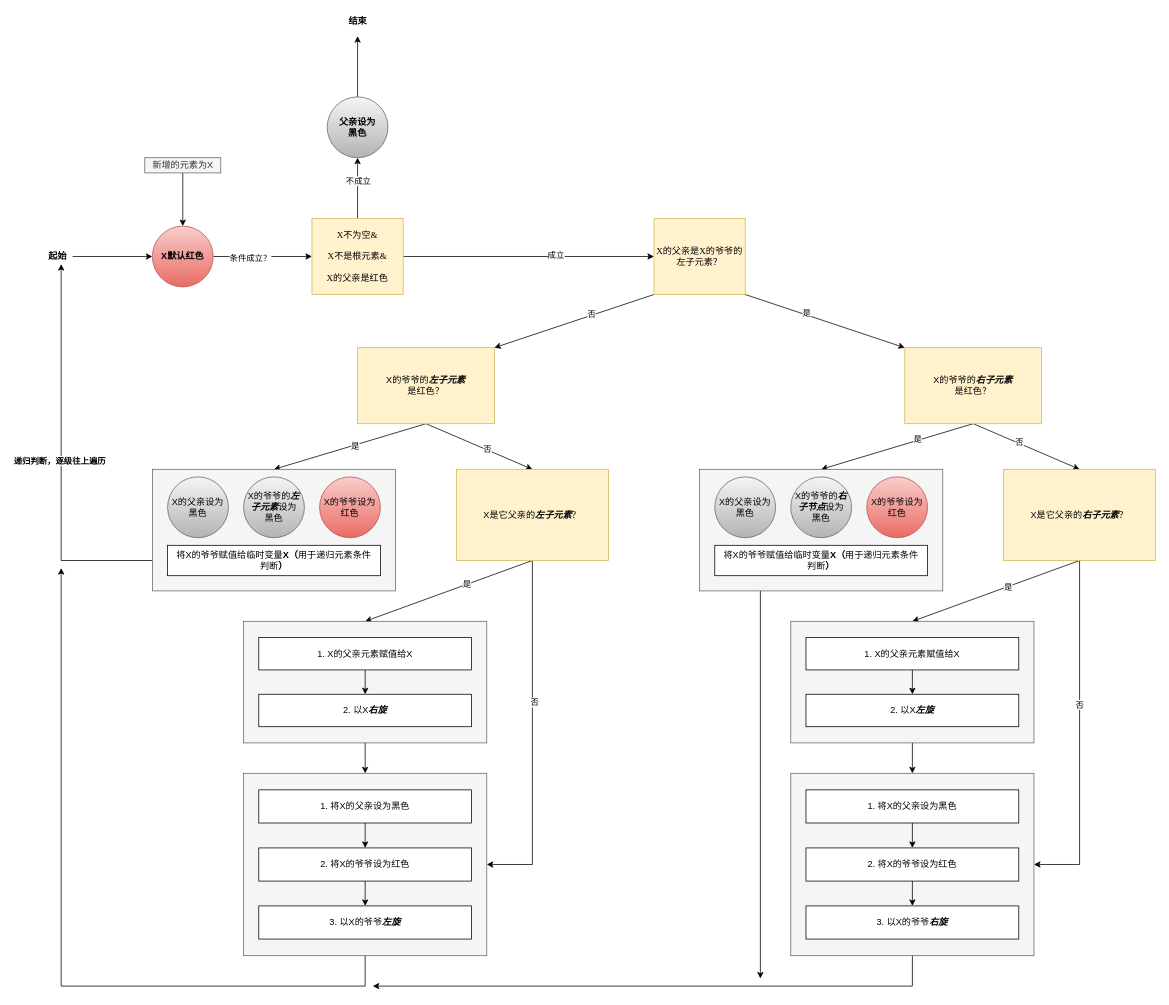
The draw.io diagram typora/JavaSE/6 集合/drawio/TreeMap/维护红黑树平衡.drawio in LDChing0321/JavaLearn, before the edit. Source tidied: cells renumbered, new cells numbered last; positions are measured from the earlier drawing's top-left corner, leaving out a move shared by most shapes. Both pictures are drawn from the tidied source at 76%, with x=0, y=0 at pixel (42, 13).
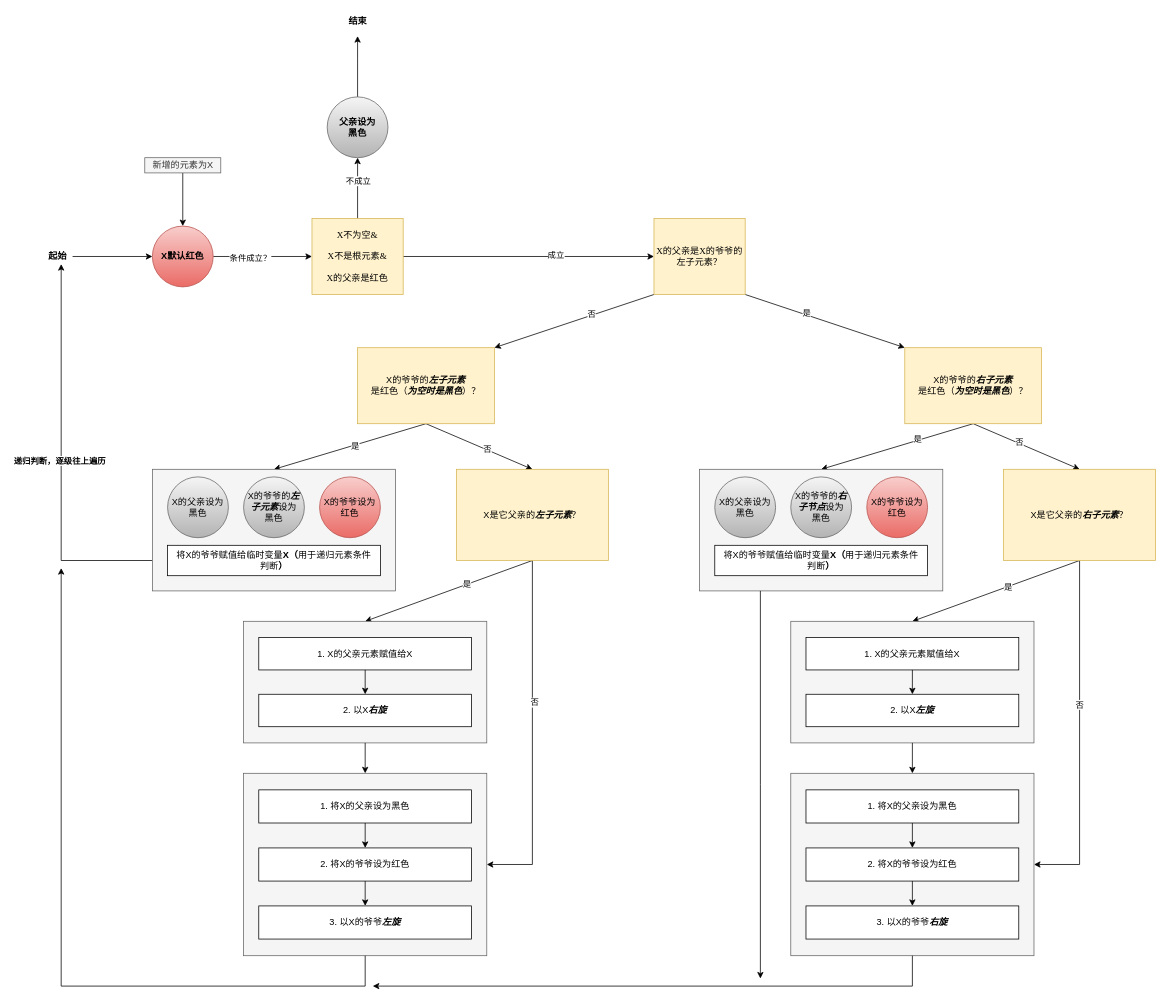
The same diagram, later.

Commit message:
更新维护红黑树平衡.drawio

The edit, as a diff of the source:
```diff
@@
-<mxGraphModel background="#ffffff">
+<mxGraphModel background="#FFFFFF">
@@
-    <mxCell id="25" value="X的爷爷的&lt;b&gt;&lt;font size=&quot;1&quot;&gt;&lt;i style=&quot;font-size: 12px&quot;&gt;右子元素&lt;/i&gt;&lt;/font&gt;&lt;/b&gt;&lt;br&gt;是红色？" style="rounded=0;whiteSpace=wrap;html=1;fillColor=#fff2cc;strokeColor=#d6b656;" parent="1" vertex="1">
+    <mxCell id="25" value="X的爷爷的&lt;b&gt;&lt;font size=&quot;1&quot;&gt;&lt;i style=&quot;font-size: 12px&quot;&gt;右子元素&lt;/i&gt;&lt;/font&gt;&lt;/b&gt;&lt;br&gt;是红色（&lt;b&gt;&lt;i&gt;为空时是黑色&lt;/i&gt;&lt;/b&gt;）？" style="rounded=0;whiteSpace=wrap;html=1;fillColor=#fff2cc;strokeColor=#d6b656;" parent="1" vertex="1">
       <mxGeometry x="1135" y="440" width="180" height="100" as="geometry" />
     </mxCell>
@@
-    <mxCell id="30" value="X的爷爷的&lt;b&gt;&lt;font size=&quot;1&quot;&gt;&lt;i style=&quot;font-size: 12px&quot;&gt;左子元素&lt;/i&gt;&lt;/font&gt;&lt;/b&gt;&lt;br&gt;是红色？" style="rounded=0;whiteSpace=wrap;html=1;fillColor=#fff2cc;strokeColor=#d6b656;" parent="1" vertex="1">
+    <mxCell id="30" value="X的爷爷的&lt;b&gt;&lt;font size=&quot;1&quot;&gt;&lt;i style=&quot;font-size: 12px&quot;&gt;左子元素&lt;/i&gt;&lt;/font&gt;&lt;/b&gt;&lt;br&gt;是红色（&lt;b&gt;&lt;i&gt;为空时是黑色&lt;/i&gt;&lt;/b&gt;）？" style="rounded=0;whiteSpace=wrap;html=1;fillColor=#fff2cc;strokeColor=#d6b656;" parent="1" vertex="1">
       <mxGeometry x="415" y="440" width="180" height="100" as="geometry" />
     </mxCell>
```
